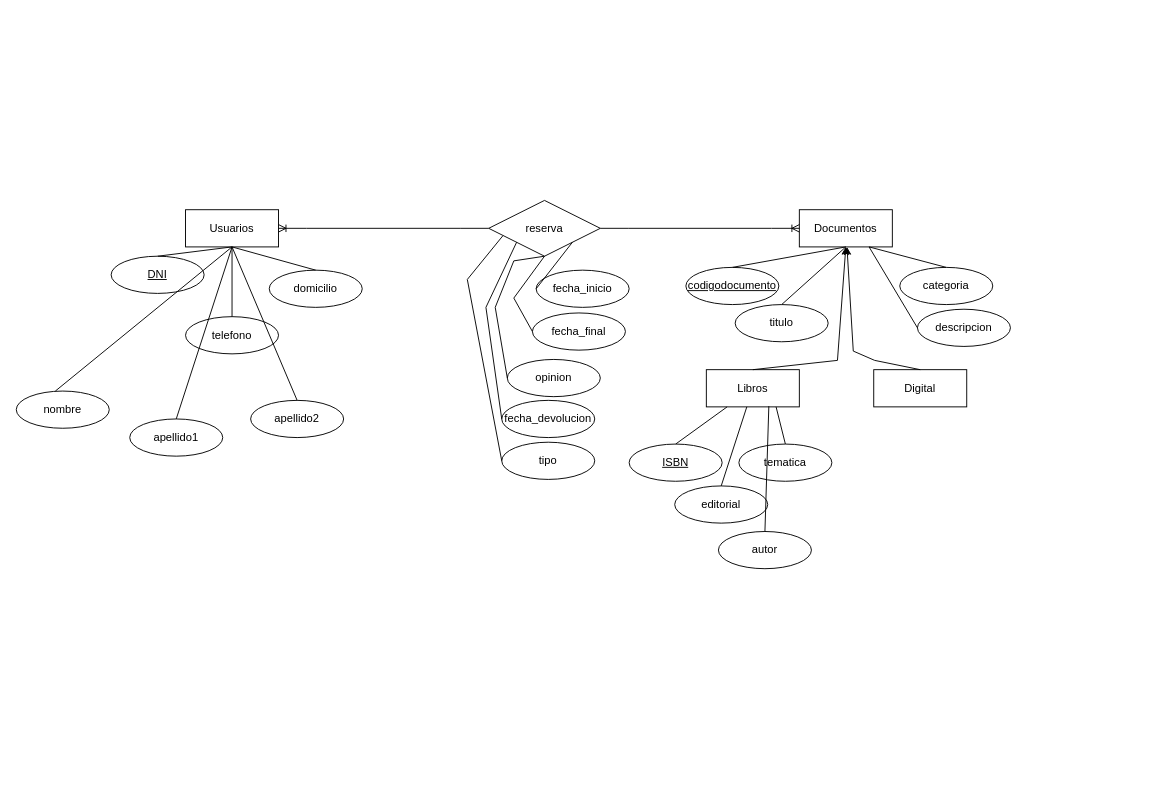
Earlier version of the draw.io diagram src/Biblioteca.drawio (marcsqdev/DAWMarcque). Source tidied: cells renumbered, new cells numbered last; positions are measured from the earlier drawing's top-left corner, leaving out a move shared by most shapes. Both pictures are drawn from the tidied source at 93%, with x=0, y=0 at pixel (16, 200).
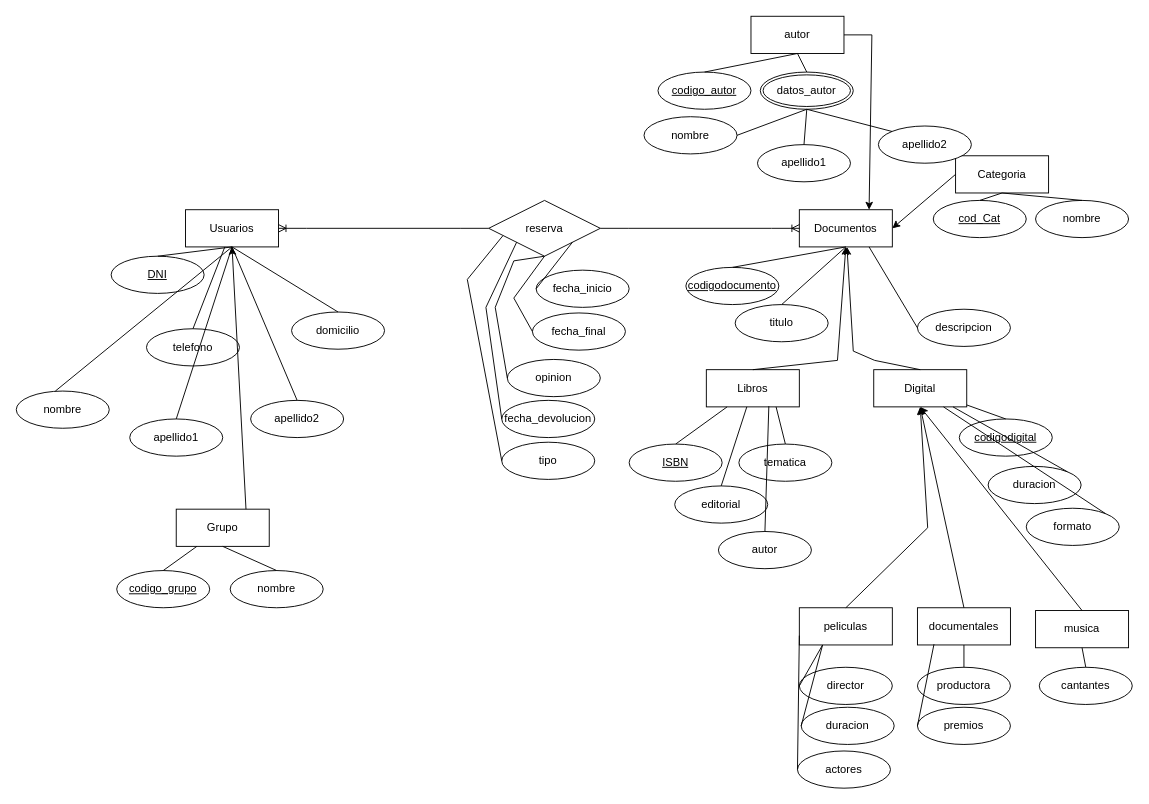
After the change.

Unchanged cells that the change refers to:
```xml
<mxCell id="2" value="Usuarios" style="whiteSpace=wrap;html=1;align=center;" parent="1" vertex="1">
  <mxGeometry x="182" y="10" width="100" height="40" as="geometry" />
</mxCell>
<mxCell id="3" value="Documentos" style="whiteSpace=wrap;html=1;align=center;" parent="1" vertex="1">
  <mxGeometry x="842" y="10" width="100" height="40" as="geometry" />
</mxCell>
<mxCell id="30" value="Digital" style="whiteSpace=wrap;html=1;align=center;" parent="1" vertex="1">
  <mxGeometry x="922" y="182" width="100" height="40" as="geometry" />
</mxCell>
```

Diff of the diagram source:
```diff
@@
     <mxCell id="11" value="telefono" style="ellipse;whiteSpace=wrap;html=1;align=center;" parent="1" vertex="1">
-      <mxGeometry x="182" y="125" width="100" height="40" as="geometry" />
+      <mxGeometry x="140" y="138" width="100" height="40" as="geometry" />
     </mxCell>
     <mxCell id="12" value="domicilio" style="ellipse;whiteSpace=wrap;html=1;align=center;" parent="1" vertex="1">
-      <mxGeometry x="272" y="75" width="100" height="40" as="geometry" />
+      <mxGeometry x="296" y="120" width="100" height="40" as="geometry" />
     </mxCell>
@@
-    <mxCell id="33" value="categoria" style="ellipse;whiteSpace=wrap;html=1;align=center;" parent="1" vertex="1">
-      <mxGeometry x="950" y="72" width="100" height="40" as="geometry" />
-    </mxCell>
@@
-    <mxCell id="37" style="endArrow=none;html=1;rounded=0;entryX=0.5;entryY=0;entryDx=0;entryDy=0;exitX=0.75;exitY=1;exitDx=0;exitDy=0;" parent="1" edge="1" source="3" target="33">
-      <mxGeometry relative="1" as="geometry" />
-    </mxCell>
@@
+    <mxCell id="49" value="Grupo" style="whiteSpace=wrap;html=1;align=center;" parent="1" vertex="1">
+      <mxGeometry x="172" y="332" width="100" height="40" as="geometry" />
+    </mxCell>
+    <mxCell id="50" style="endArrow=classic;html=1;rounded=0;entryX=0.5;entryY=1;entryDx=0;entryDy=0;exitX=0.75;exitY=0;exitDx=0;exitDy=0;" parent="1" edge="1" source="49" target="2">
+      <mxGeometry relative="1" as="geometry" />
+    </mxCell>
+    <mxCell id="51" value="codigo_grupo" style="ellipse;whiteSpace=wrap;html=1;align=center;fontStyle=4;" parent="1" vertex="1">
+      <mxGeometry x="108" y="398" width="100" height="40" as="geometry" />
+    </mxCell>
+    <mxCell id="52" value="nombre" style="ellipse;whiteSpace=wrap;html=1;align=center;" parent="1" vertex="1">
+      <mxGeometry x="230" y="398" width="100" height="40" as="geometry" />
+    </mxCell>
+    <mxCell id="53" style="endArrow=none;html=1;rounded=0;exitX=0.5;exitY=0;exitDx=0;exitDy=0;" parent="1" edge="1" source="51" target="49">
+      <mxGeometry relative="1" as="geometry" />
+    </mxCell>
+    <mxCell id="54" style="endArrow=none;html=1;rounded=0;entryX=0.5;entryY=0;entryDx=0;entryDy=0;exitX=0.5;exitY=1;exitDx=0;exitDy=0;" parent="1" edge="1" source="49" target="52">
+      <mxGeometry relative="1" as="geometry" />
+    </mxCell>
+    <mxCell id="55" value="codigodigital" style="ellipse;whiteSpace=wrap;html=1;align=center;fontStyle=4;" parent="1" vertex="1">
+      <mxGeometry x="1014" y="235" width="100" height="40" as="geometry" />
+    </mxCell>
+    <mxCell id="56" value="duracion" style="ellipse;whiteSpace=wrap;html=1;align=center;" parent="1" vertex="1">
+      <mxGeometry x="1045" y="286" width="100" height="40" as="geometry" />
+    </mxCell>
+    <mxCell id="57" value="formato" style="ellipse;whiteSpace=wrap;html=1;align=center;" parent="1" vertex="1">
+      <mxGeometry x="1086" y="331" width="100" height="40" as="geometry" />
+    </mxCell>
+    <mxCell id="58" style="endArrow=none;html=1;rounded=0;exitX=0.5;exitY=0;exitDx=0;exitDy=0;" parent="1" edge="1" source="55" target="30">
+      <mxGeometry relative="1" as="geometry" />
+    </mxCell>
+    <mxCell id="59" style="endArrow=none;html=1;rounded=0;exitX=1;exitY=0;exitDx=0;exitDy=0;" parent="1" edge="1" source="56" target="30">
+      <mxGeometry relative="1" as="geometry" />
+    </mxCell>
+    <mxCell id="60" style="endArrow=none;html=1;rounded=0;entryX=1;entryY=0;entryDx=0;entryDy=0;exitX=0.75;exitY=1;exitDx=0;exitDy=0;" parent="1" edge="1" source="30" target="57">
+      <mxGeometry relative="1" as="geometry" />
+    </mxCell>
+    <mxCell id="61" value="peliculas" style="whiteSpace=wrap;html=1;align=center;" parent="1" vertex="1">
+      <mxGeometry x="842" y="438" width="100" height="40" as="geometry" />
+    </mxCell>
+    <mxCell id="62" value="documentales" style="whiteSpace=wrap;html=1;align=center;" parent="1" vertex="1">
+      <mxGeometry x="969" y="438" width="100" height="40" as="geometry" />
+    </mxCell>
+    <mxCell id="63" value="musica" style="whiteSpace=wrap;html=1;align=center;" parent="1" vertex="1">
+      <mxGeometry x="1096" y="441" width="100" height="40" as="geometry" />
+    </mxCell>
+    <mxCell id="64" value="director" style="ellipse;whiteSpace=wrap;html=1;align=center;" parent="1" vertex="1">
+      <mxGeometry x="842" y="502" width="100" height="40" as="geometry" />
+    </mxCell>
+    <mxCell id="65" value="duracion" style="ellipse;whiteSpace=wrap;html=1;align=center;" parent="1" vertex="1">
+      <mxGeometry x="844" y="545" width="100" height="40" as="geometry" />
+    </mxCell>
+    <mxCell id="66" value="actores" style="ellipse;whiteSpace=wrap;html=1;align=center;" parent="1" vertex="1">
+      <mxGeometry x="840" y="592" width="100" height="40" as="geometry" />
+    </mxCell>
+    <mxCell id="67" style="endArrow=none;html=1;rounded=0;exitX=0;exitY=0.5;exitDx=0;exitDy=0;entryX=0.25;entryY=1;entryDx=0;entryDy=0;" parent="1" edge="1" source="64" target="61">
+      <mxGeometry relative="1" as="geometry" />
+    </mxCell>
+    <mxCell id="68" style="endArrow=none;html=1;rounded=0;exitX=0;exitY=0.5;exitDx=0;exitDy=0;entryX=0.25;entryY=1;entryDx=0;entryDy=0;" parent="1" edge="1" source="65" target="61">
+      <mxGeometry relative="1" as="geometry" />
+    </mxCell>
+    <mxCell id="69" style="endArrow=none;html=1;rounded=0;exitX=0;exitY=0.5;exitDx=0;exitDy=0;entryX=0;entryY=0.75;entryDx=0;entryDy=0;" parent="1" edge="1" source="66" target="61">
+      <mxGeometry relative="1" as="geometry" />
+    </mxCell>
+    <mxCell id="70" value="productora" style="ellipse;whiteSpace=wrap;html=1;align=center;" parent="1" vertex="1">
+      <mxGeometry x="969" y="502" width="100" height="40" as="geometry" />
+    </mxCell>
+    <mxCell id="71" value="premios" style="ellipse;whiteSpace=wrap;html=1;align=center;" parent="1" vertex="1">
+      <mxGeometry x="969" y="545" width="100" height="40" as="geometry" />
+    </mxCell>
+    <mxCell id="72" style="endArrow=none;html=1;rounded=0;exitX=0;exitY=0.5;exitDx=0;exitDy=0;entryX=0.178;entryY=0.98;entryDx=0;entryDy=0;entryPerimeter=0;" parent="1" edge="1" source="71" target="62">
+      <mxGeometry relative="1" as="geometry" />
+    </mxCell>
+    <mxCell id="73" style="endArrow=none;html=1;rounded=0;entryX=0.5;entryY=0;entryDx=0;entryDy=0;exitX=0.5;exitY=1;exitDx=0;exitDy=0;" parent="1" edge="1" source="62" target="70">
+      <mxGeometry relative="1" as="geometry" />
+    </mxCell>
+    <mxCell id="74" style="endArrow=classic;html=1;rounded=0;exitX=0.5;exitY=0;exitDx=0;exitDy=0;entryX=0.5;entryY=1;entryDx=0;entryDy=0;" parent="1" edge="1" source="61" target="30">
+      <mxGeometry relative="1" as="geometry">
+        <Array as="points">
+          <mxPoint x="980" y="352" />
+        </Array>
+      </mxGeometry>
+    </mxCell>
+    <mxCell id="75" style="endArrow=classic;html=1;rounded=0;exitX=0.5;exitY=0;exitDx=0;exitDy=0;entryX=0.5;entryY=1;entryDx=0;entryDy=0;" parent="1" edge="1" source="62" target="30">
+      <mxGeometry relative="1" as="geometry" />
+    </mxCell>
+    <mxCell id="76" style="endArrow=classic;html=1;rounded=0;exitX=0.5;exitY=0;exitDx=0;exitDy=0;entryX=0.5;entryY=1;entryDx=0;entryDy=0;" parent="1" edge="1" source="63" target="30">
+      <mxGeometry relative="1" as="geometry" />
+    </mxCell>
+    <mxCell id="77" value="cantantes" style="ellipse;whiteSpace=wrap;html=1;align=center;" parent="1" vertex="1">
+      <mxGeometry x="1100" y="502" width="100" height="40" as="geometry" />
+    </mxCell>
+    <mxCell id="78" style="endArrow=none;html=1;rounded=0;exitX=0.5;exitY=0;exitDx=0;exitDy=0;entryX=0.5;entryY=1;entryDx=0;entryDy=0;" parent="1" edge="1" source="77" target="63">
+      <mxGeometry relative="1" as="geometry" />
+    </mxCell>
+    <mxCell id="79" value="Categoria" style="whiteSpace=wrap;html=1;align=center;" parent="1" vertex="1">
+      <mxGeometry x="1010" y="-48" width="100" height="40" as="geometry" />
+    </mxCell>
+    <mxCell id="80" style="endArrow=classic;html=1;rounded=0;exitX=0;exitY=0.5;exitDx=0;exitDy=0;entryX=1;entryY=0.5;entryDx=0;entryDy=0;" parent="1" edge="1" source="79" target="3">
+      <mxGeometry relative="1" as="geometry" />
+    </mxCell>
+    <mxCell id="81" value="cod_Cat" style="ellipse;whiteSpace=wrap;html=1;align=center;fontStyle=4;" parent="1" vertex="1">
+      <mxGeometry x="986" width="100" height="40" as="geometry" />
+    </mxCell>
+    <mxCell id="82" value="nombre" style="ellipse;whiteSpace=wrap;html=1;align=center;" parent="1" vertex="1">
+      <mxGeometry x="1096" width="100" height="40" as="geometry" />
+    </mxCell>
+    <mxCell id="83" style="endArrow=none;html=1;rounded=0;entryX=0.5;entryY=0;entryDx=0;entryDy=0;exitX=0.5;exitY=1;exitDx=0;exitDy=0;" parent="1" edge="1" source="79" target="81">
+      <mxGeometry relative="1" as="geometry" />
+    </mxCell>
+    <mxCell id="84" style="endArrow=none;html=1;rounded=0;entryX=0.5;entryY=0;entryDx=0;entryDy=0;exitX=0.5;exitY=1;exitDx=0;exitDy=0;" parent="1" edge="1" source="79" target="82">
+      <mxGeometry relative="1" as="geometry" />
+    </mxCell>
+    <mxCell id="85" value="autor" style="whiteSpace=wrap;html=1;align=center;" parent="1" vertex="1">
+      <mxGeometry x="790" y="-198" width="100" height="40" as="geometry" />
+    </mxCell>
+    <mxCell id="86" value="codigo_autor" style="ellipse;whiteSpace=wrap;html=1;align=center;fontStyle=4;" parent="1" vertex="1">
+      <mxGeometry x="690" y="-138" width="100" height="40" as="geometry" />
+    </mxCell>
+    <mxCell id="87" value="datos_autor" style="ellipse;shape=doubleEllipse;margin=3;whiteSpace=wrap;html=1;align=center;" parent="1" vertex="1">
+      <mxGeometry x="800" y="-138" width="100" height="40" as="geometry" />
+    </mxCell>
+    <mxCell id="88" value="nombre" style="ellipse;whiteSpace=wrap;html=1;align=center;" parent="1" vertex="1">
+      <mxGeometry x="675" y="-90" width="100" height="40" as="geometry" />
+    </mxCell>
+    <mxCell id="89" value="apellido1" style="ellipse;whiteSpace=wrap;html=1;align=center;" parent="1" vertex="1">
+      <mxGeometry x="797" y="-60" width="100" height="40" as="geometry" />
+    </mxCell>
+    <mxCell id="90" value="apellido2" style="ellipse;whiteSpace=wrap;html=1;align=center;" parent="1" vertex="1">
+      <mxGeometry x="927" y="-80" width="100" height="40" as="geometry" />
+    </mxCell>
+    <mxCell id="91" style="endArrow=none;html=1;rounded=0;exitX=1;exitY=0.5;exitDx=0;exitDy=0;entryX=0.5;entryY=1;entryDx=0;entryDy=0;" parent="1" edge="1" source="88" target="87">
+      <mxGeometry relative="1" as="geometry" />
+    </mxCell>
+    <mxCell id="92" style="endArrow=none;html=1;rounded=0;exitX=0.5;exitY=0;exitDx=0;exitDy=0;entryX=0.5;entryY=1;entryDx=0;entryDy=0;" parent="1" edge="1" source="89" target="87">
+      <mxGeometry relative="1" as="geometry" />
+    </mxCell>
+    <mxCell id="93" style="endArrow=none;html=1;rounded=0;entryX=0;entryY=0;entryDx=0;entryDy=0;exitX=0.5;exitY=1;exitDx=0;exitDy=0;" parent="1" edge="1" source="87" target="90">
+      <mxGeometry relative="1" as="geometry" />
+    </mxCell>
+    <mxCell id="94" style="endArrow=none;html=1;rounded=0;exitX=0.5;exitY=0;exitDx=0;exitDy=0;entryX=0.5;entryY=1;entryDx=0;entryDy=0;" parent="1" edge="1" source="86" target="85">
+      <mxGeometry relative="1" as="geometry" />
+    </mxCell>
+    <mxCell id="95" style="endArrow=none;html=1;rounded=0;entryX=0.5;entryY=0;entryDx=0;entryDy=0;exitX=0.5;exitY=1;exitDx=0;exitDy=0;" parent="1" edge="1" source="85" target="87">
+      <mxGeometry relative="1" as="geometry" />
+    </mxCell>
+    <mxCell id="96" style="endArrow=classic;html=1;rounded=0;entryX=0.75;entryY=0;entryDx=0;entryDy=0;exitX=1;exitY=0.5;exitDx=0;exitDy=0;" parent="1" edge="1" source="85" target="3">
+      <mxGeometry relative="1" as="geometry">
+        <Array as="points">
+          <mxPoint x="920" y="-178" />
+        </Array>
+      </mxGeometry>
+    </mxCell>
```
